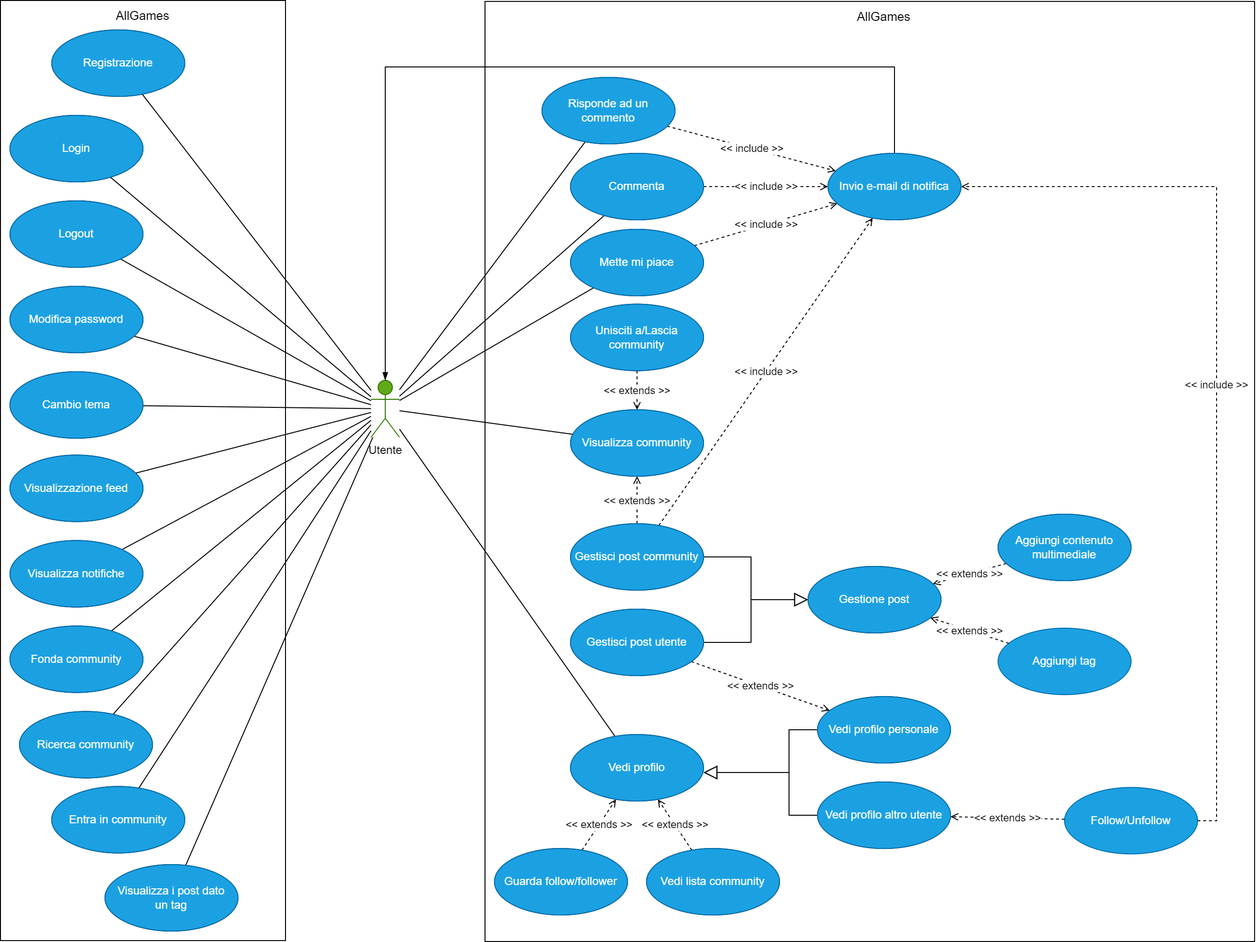
Ventus218/AllGames keeps this draw.io diagram as doc/img/AllGames - Diagramma dei casi d'uso.png. Above is the earlier version. Source tidied: cells renumbered, new cells last; positions are measured from the earlier drawing's top-left corner, leaving out a move shared by most shapes.
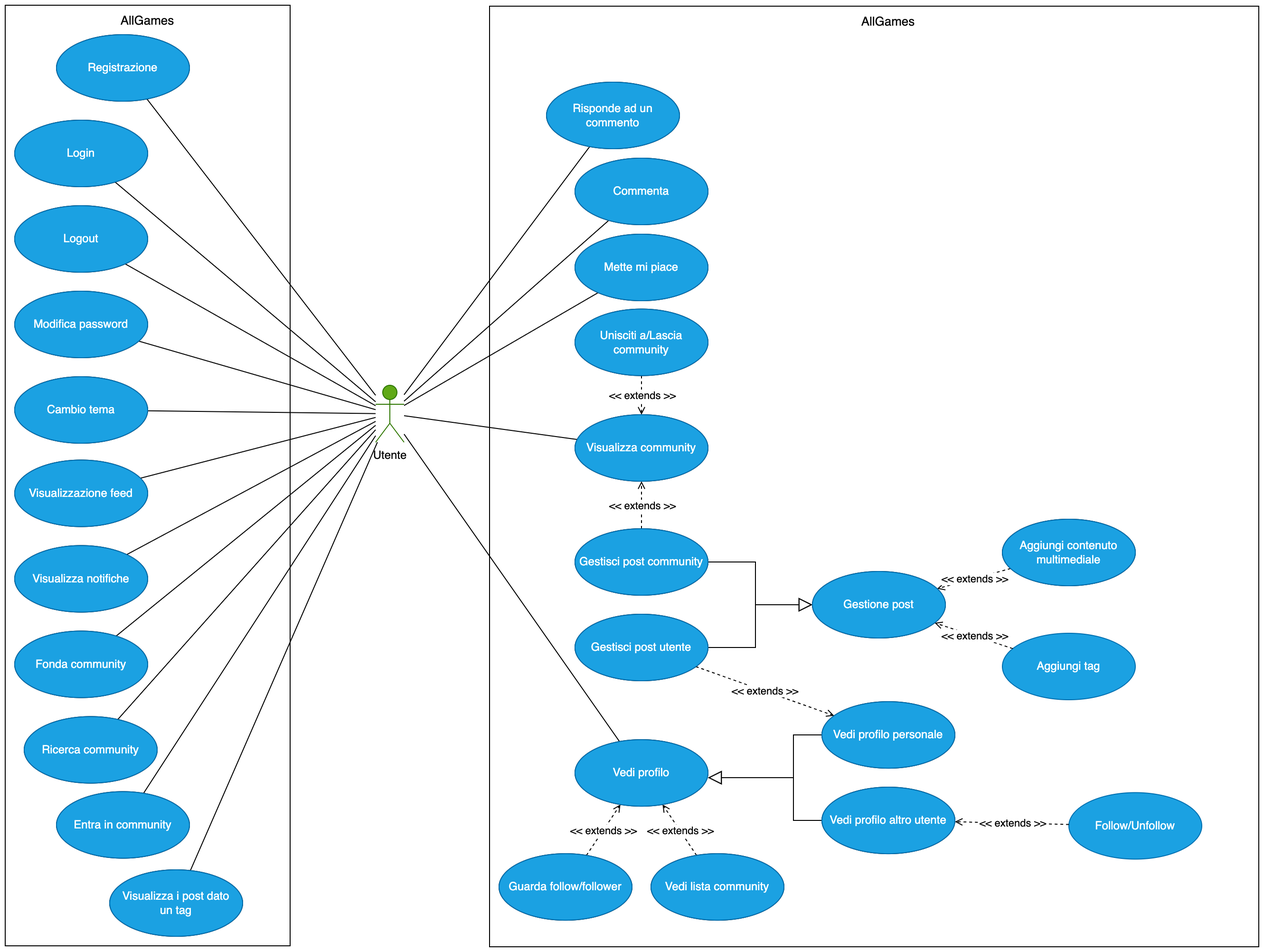
After the commit.

Commit message:
Removed mail notifications from requirements

What changed in the source:
```diff
@@ -98,43 +98,15 @@
     <mxCell id="33" value="Visualizza community" style="ellipse;whiteSpace=wrap;html=1;" parent="1" vertex="1">
       <mxGeometry x="600" y="431" width="140" height="70" as="geometry" />
     </mxCell>
-    <mxCell id="34" style="edgeStyle=none;rounded=0;jettySize=auto;html=1;dashed=1;fontFamily=Helvetica;fontSize=11;fontColor=default;endArrow=open;endFill=0;" parent="1" edge="1" source="36" target="44">
-      <mxGeometry relative="1" as="geometry" />
-    </mxCell>
-    <mxCell id="35" value="&amp;lt;&amp;lt; include &amp;gt;&amp;gt;" style="edgeLabel;html=1;align=center;verticalAlign=middle;fontSize=11;fontFamily=Helvetica;fontColor=default;" parent="34" vertex="1">
-      <mxGeometry relative="1" as="geometry" />
-    </mxCell>
     <mxCell id="36" value="Gestisci post community" style="ellipse;whiteSpace=wrap;html=1;" parent="1" vertex="1">
       <mxGeometry x="600" y="551" width="140" height="70" as="geometry" />
     </mxCell>
-    <mxCell id="37" style="edgeStyle=none;rounded=0;jettySize=auto;html=1;dashed=1;fontFamily=Helvetica;fontSize=11;fontColor=default;endArrow=open;endFill=0;" parent="1" edge="1" source="39" target="44">
-      <mxGeometry relative="1" as="geometry" />
-    </mxCell>
-    <mxCell id="38" value="&amp;lt;&amp;lt; include &amp;gt;&amp;gt;" style="edgeLabel;html=1;align=center;verticalAlign=middle;fontSize=11;fontFamily=Helvetica;fontColor=default;" parent="37" vertex="1">
-      <mxGeometry relative="1" as="geometry" />
-    </mxCell>
     <mxCell id="39" value="Commenta" style="ellipse;whiteSpace=wrap;html=1;" parent="1" vertex="1">
       <mxGeometry x="600" y="161" width="140" height="70" as="geometry" />
     </mxCell>
-    <mxCell id="40" style="edgeStyle=none;rounded=0;jettySize=auto;html=1;dashed=1;fontFamily=Helvetica;fontSize=11;fontColor=default;endArrow=open;endFill=0;" parent="1" edge="1" source="42" target="44">
-      <mxGeometry relative="1" as="geometry" />
-    </mxCell>
-    <mxCell id="41" value="&amp;lt;&amp;lt; include &amp;gt;&amp;gt;" style="edgeLabel;html=1;align=center;verticalAlign=middle;fontSize=11;fontFamily=Helvetica;fontColor=default;" parent="40" vertex="1">
-      <mxGeometry relative="1" as="geometry" />
-    </mxCell>
     <mxCell id="42" value="Mette mi piace" style="ellipse;whiteSpace=wrap;html=1;" parent="1" vertex="1">
       <mxGeometry x="600" y="241" width="140" height="70" as="geometry" />
     </mxCell>
-    <mxCell id="43" style="edgeStyle=elbowEdgeStyle;shape=connector;rounded=0;jettySize=auto;html=1;labelBackgroundColor=default;strokeColor=default;fontFamily=Helvetica;fontSize=11;fontColor=default;endArrow=blockThin;endFill=1;elbow=vertical;" parent="1" edge="1" source="44" target="19">
-      <mxGeometry relative="1" as="geometry">
-        <Array as="points">
-          <mxPoint x="690" y="70" />
-        </Array>
-      </mxGeometry>
-    </mxCell>
-    <mxCell id="44" value="Invio e-mail di notifica" style="ellipse;whiteSpace=wrap;html=1;" parent="1" vertex="1">
-      <mxGeometry x="871" y="161" width="140" height="70" as="geometry" />
-    </mxCell>
     <mxCell id="45" style="edgeStyle=orthogonalEdgeStyle;shape=connector;rounded=0;jettySize=auto;html=1;labelBackgroundColor=default;strokeColor=default;fontFamily=Helvetica;fontSize=11;fontColor=default;endArrow=block;endFill=0;elbow=vertical;endSize=12;exitX=0;exitY=0.5;exitDx=0;exitDy=0;" parent="1" edge="1" source="46">
       <mxGeometry relative="1" as="geometry">
         <mxPoint x="740" y="813" as="targetPoint" />
@@ -171,12 +143,6 @@
     <mxCell id="54" value="Follow/Unfollow" style="ellipse;whiteSpace=wrap;html=1;fillColor=#1ba1e2;strokeColor=#006EAF;fontColor=#ffffff;" parent="1" vertex="1">
       <mxGeometry x="1120" y="828.7" width="140" height="70" as="geometry" />
     </mxCell>
-    <mxCell id="55" style="rounded=0;jettySize=auto;html=1;endArrow=open;endFill=0;dashed=1;" parent="1" edge="1" source="57" target="44">
-      <mxGeometry relative="1" as="geometry" />
-    </mxCell>
-    <mxCell id="56" value="&amp;lt;&amp;lt; include &amp;gt;&amp;gt;" style="edgeLabel;html=1;align=center;verticalAlign=middle;" parent="55" vertex="1">
-      <mxGeometry relative="1" as="geometry" />
-    </mxCell>
     <mxCell id="57" value="Risponde ad un commento" style="ellipse;whiteSpace=wrap;html=1;" parent="1" vertex="1">
       <mxGeometry x="570" y="81" width="140" height="70" as="geometry" />
     </mxCell>
@@ -230,17 +196,6 @@
     <mxCell id="72" value="Gestione post" style="ellipse;whiteSpace=wrap;html=1;" parent="1" vertex="1">
       <mxGeometry x="850" y="596" width="140" height="70" as="geometry" />
     </mxCell>
-    <mxCell id="73" style="edgeStyle=orthogonalEdgeStyle;rounded=0;jettySize=auto;html=1;dashed=1;fontFamily=Helvetica;fontSize=11;fontColor=default;endArrow=open;endFill=0;entryX=1;entryY=0.5;entryDx=0;entryDy=0;" parent="1" edge="1" source="54" target="44">
-      <mxGeometry relative="1" as="geometry">
-        <Array as="points">
-          <mxPoint x="1280" y="864" />
-          <mxPoint x="1280" y="196" />
-        </Array>
-      </mxGeometry>
-    </mxCell>
-    <mxCell id="74" value="&amp;lt;&amp;lt; include &amp;gt;&amp;gt;" style="edgeLabel;html=1;align=center;verticalAlign=middle;fontSize=11;fontFamily=Helvetica;fontColor=default;" parent="73" vertex="1">
-      <mxGeometry relative="1" as="geometry" />
-    </mxCell>
     <mxCell id="75" style="edgeStyle=orthogonalEdgeStyle;shape=connector;rounded=0;jettySize=auto;html=1;labelBackgroundColor=default;strokeColor=default;fontFamily=Helvetica;fontSize=11;fontColor=default;endArrow=block;endFill=0;elbow=vertical;endSize=12;exitX=1;exitY=0.5;exitDx=0;exitDy=0;entryX=0;entryY=0.5;entryDx=0;entryDy=0;" parent="1" edge="1" source="36" target="72">
       <mxGeometry relative="1" as="geometry" />
     </mxCell>
@@ -331,9 +286,6 @@
     <mxCell id="104" value="Risponde ad un commento" style="ellipse;whiteSpace=wrap;html=1;fillColor=#1ba1e2;strokeColor=#006EAF;fontColor=#ffffff;" parent="1" vertex="1">
       <mxGeometry x="570" y="81" width="140" height="70" as="geometry" />
     </mxCell>
-    <mxCell id="105" value="Invio e-mail di notifica" style="ellipse;whiteSpace=wrap;html=1;fillColor=#1ba1e2;strokeColor=#006EAF;fontColor=#ffffff;" parent="1" vertex="1">
-      <mxGeometry x="871" y="161" width="140" height="70" as="geometry" />
-    </mxCell>
     <mxCell id="106" value="Gestione post" style="ellipse;whiteSpace=wrap;html=1;fillColor=#1ba1e2;strokeColor=#006EAF;fontColor=#ffffff;" parent="1" vertex="1">
       <mxGeometry x="850" y="596" width="140" height="70" as="geometry" />
     </mxCell>
```
